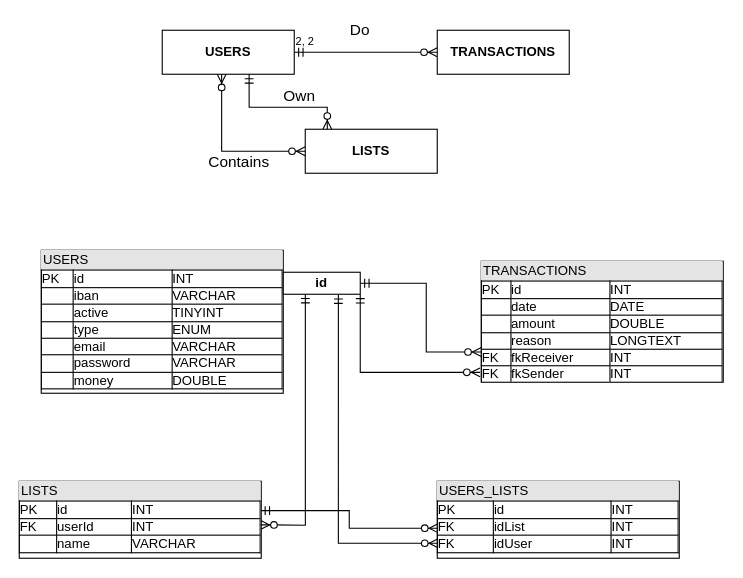
Jerome-JJT/ProjetBanque keeps this draw.io diagram as Base de donnée visuel/MLD - MCD.drawio. Above is the earlier version. Source tidied: cells renumbered, new cells numbered last; positions are measured from the earlier drawing's top-left corner, leaving out a move shared by most shapes. Both pictures are drawn from the tidied source at 110%, with x=0, y=0 at pixel (19, 19).
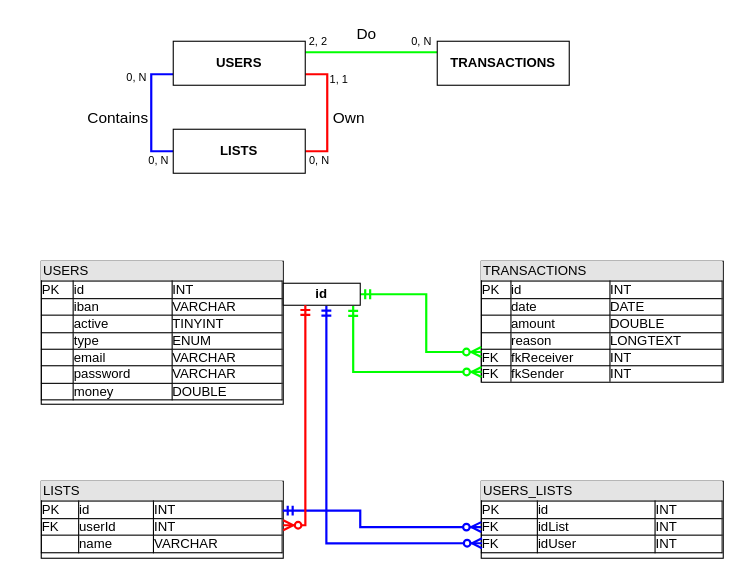
The same diagram, later.

Unchanged cells that the change refers to:
```xml
<mxCell id="7" value="&lt;div style=&quot;box-sizing: border-box ; width: 100% ; background: rgb(228 , 228 , 228) ; padding: 2px ; line-height: 120%&quot;&gt;TRANSACTIONS&lt;/div&gt;&lt;table style=&quot;width: 100% ; font-size: 1em ; border: 1px solid rgb(0 , 0 , 0) ; border-collapse: collapse&quot; cellpadding=&quot;0&quot; cellspacing=&quot;0&quot; border=&quot;1&quot;&gt;&lt;tbody&gt;&lt;tr&gt;&lt;td&gt;PK&lt;/td&gt;&lt;td&gt;id&lt;/td&gt;&lt;td&gt;INT&lt;/td&gt;&lt;/tr&gt;&lt;tr&gt;&lt;td&gt;&lt;br&gt;&lt;/td&gt;&lt;td&gt;date&lt;/td&gt;&lt;td&gt;DATE&lt;/td&gt;&lt;/tr&gt;&lt;tr&gt;&lt;td&gt;&lt;br&gt;&lt;/td&gt;&lt;td&gt;amount&lt;/td&gt;&lt;td&gt;DOUBLE&lt;/td&gt;&lt;/tr&gt;&lt;tr&gt;&lt;td&gt;&lt;br&gt;&lt;/td&gt;&lt;td&gt;reason&lt;/td&gt;&lt;td&gt;LONGTEXT&lt;/td&gt;&lt;/tr&gt;&lt;tr&gt;&lt;td&gt;FK&lt;/td&gt;&lt;td&gt;fkReceiver&lt;/td&gt;&lt;td&gt;INT&lt;/td&gt;&lt;/tr&gt;&lt;tr&gt;&lt;td&gt;FK&lt;/td&gt;&lt;td&gt;fkSender&lt;/td&gt;&lt;td&gt;INT&lt;/td&gt;&lt;/tr&gt;&lt;/tbody&gt;&lt;/table&gt;" style="verticalAlign=top;align=left;overflow=fill;html=1;rounded=0;fillColor=#ffffff;comic=0;strokeColor=#000000;horizontal=1;fontFamily=Helvetica;spacing=0;" parent="1" vertex="1">
  <mxGeometry x="420" y="220" width="220" height="110" as="geometry" />
</mxCell>
```

What changed in the source:
```diff
@@
+    <mxCell id="22" style="edgeStyle=orthogonalEdgeStyle;rounded=0;jettySize=auto;html=1;exitX=0;exitY=0.75;exitDx=0;exitDy=0;entryX=0;entryY=0.5;entryDx=0;entryDy=0;startArrow=none;startFill=0;endArrow=none;endFill=0;strokeColor=#0000FF;strokeWidth=2;" parent="1" edge="1" source="2" target="16">
+      <mxGeometry relative="1" as="geometry">
+        <Array as="points">
+          <mxPoint x="120" y="50" />
+          <mxPoint x="120" y="120" />
+        </Array>
+      </mxGeometry>
+    </mxCell>
+    <mxCell id="23" style="edgeStyle=orthogonalEdgeStyle;rounded=0;jettySize=auto;html=1;exitX=1;exitY=0.25;exitDx=0;exitDy=0;entryX=0;entryY=0.25;entryDx=0;entryDy=0;startArrow=none;startFill=0;endArrow=none;endFill=0;strokeColor=#00FF00;strokeWidth=2;" parent="1" edge="1" source="2" target="6">
+      <mxGeometry relative="1" as="geometry" />
+    </mxCell>
+    <mxCell id="24" style="edgeStyle=orthogonalEdgeStyle;rounded=0;jettySize=auto;html=1;exitX=1;exitY=0.75;exitDx=0;exitDy=0;entryX=1;entryY=0.5;entryDx=0;entryDy=0;startArrow=none;startFill=0;endArrow=none;endFill=0;strokeColor=#FF0000;strokeWidth=2;" parent="1" edge="1" source="2" target="16">
+      <mxGeometry relative="1" as="geometry" />
+    </mxCell>
     <mxCell id="2" value="&lt;font color=&quot;#000000&quot;&gt;USERS&lt;/font&gt;" style="rounded=0;whiteSpace=wrap;html=1;fillColor=#ffffff;fontStyle=1;strokeColor=#000000;" parent="1" vertex="1">
-      <mxGeometry x="130" y="10" width="120" height="40" as="geometry" />
+      <mxGeometry x="140" y="20" width="120" height="40" as="geometry" />
     </mxCell>
-    <mxCell id="3" style="edgeStyle=none;rounded=0;html=1;entryX=1;entryY=0.5;endArrow=ERmandOne;endFill=0;jettySize=auto;startArrow=ERzeroToMany;startFill=1;exitX=0;exitY=0.5;exitDx=0;exitDy=0;" parent="1" edge="1" source="6" target="2">
-      <mxGeometry relative="1" as="geometry" />
-    </mxCell>
     <mxCell id="4" value="Do" style="text;html=1;strokeColor=none;fillColor=none;align=center;verticalAlign=middle;whiteSpace=wrap;rounded=0;fontSize=14;" parent="1" vertex="1">
-      <mxGeometry x="290" width="40" height="20" as="geometry" />
+      <mxGeometry x="296" y="3" width="40" height="20" as="geometry" />
     </mxCell>
     <mxCell id="5" value="&lt;div style=&quot;box-sizing: border-box ; width: 100% ; background: rgb(228 , 228 , 228) ; padding: 2px ; line-height: 120%&quot;&gt;USERS&lt;/div&gt;&lt;table style=&quot;width: 100% ; font-size: 1em ; border: 1px solid rgb(0 , 0 , 0) ; border-collapse: collapse&quot; cellpadding=&quot;0&quot; cellspacing=&quot;0&quot; border=&quot;1&quot;&gt;&lt;tbody&gt;&lt;tr&gt;&lt;td&gt;PK&lt;/td&gt;&lt;td&gt;id&lt;/td&gt;&lt;td&gt;INT&lt;/td&gt;&lt;/tr&gt;&lt;tr&gt;&lt;td&gt;&lt;br&gt;&lt;/td&gt;&lt;td&gt;iban&lt;/td&gt;&lt;td&gt;VARCHAR&lt;/td&gt;&lt;/tr&gt;&lt;tr&gt;&lt;td&gt;&lt;br&gt;&lt;/td&gt;&lt;td&gt;active&lt;/td&gt;&lt;td&gt;TINYINT&lt;/td&gt;&lt;/tr&gt;&lt;tr&gt;&lt;td&gt;&lt;br&gt;&lt;/td&gt;&lt;td&gt;type&lt;/td&gt;&lt;td&gt;ENUM&lt;/td&gt;&lt;/tr&gt;&lt;tr&gt;&lt;td&gt;&lt;br&gt;&lt;/td&gt;&lt;td&gt;email&lt;/td&gt;&lt;td&gt;VARCHAR&lt;/td&gt;&lt;/tr&gt;&lt;tr&gt;&lt;td&gt;&lt;br&gt;&lt;/td&gt;&lt;td&gt;password&lt;/td&gt;&lt;td&gt;VARCHAR&lt;/td&gt;&lt;/tr&gt;&lt;tr&gt;&lt;td&gt;&lt;br&gt;&lt;/td&gt;&lt;td&gt;money&lt;/td&gt;&lt;td&gt;DOUBLE&lt;/td&gt;&lt;/tr&gt;&lt;/tbody&gt;&lt;/table&gt;" style="verticalAlign=top;align=left;overflow=fill;html=1;rounded=0;fillColor=#ffffff;comic=0;strokeColor=#000000;horizontal=1;fontFamily=Helvetica;spacing=0;" parent="1" vertex="1">
-      <mxGeometry x="20" y="210" width="220" height="130" as="geometry" />
+      <mxGeometry x="20" y="220" width="220" height="130" as="geometry" />
     </mxCell>
     <mxCell id="6" value="&lt;font color=&quot;#000000&quot;&gt;TRANSACTIONS&lt;/font&gt;" style="rounded=0;whiteSpace=wrap;html=1;fillColor=#ffffff;fontStyle=1;strokeColor=#000000;" parent="1" vertex="1">
-      <mxGeometry x="380" y="10" width="120" height="40" as="geometry" />
+      <mxGeometry x="380" y="20" width="120" height="40" as="geometry" />
     </mxCell>
@@
-    <mxCell id="8" style="edgeStyle=orthogonalEdgeStyle;rounded=0;html=1;startArrow=ERmandOne;startFill=0;endArrow=ERzeroToMany;endFill=1;jettySize=auto;entryX=0;entryY=0.75;entryDx=0;entryDy=0;exitX=1;exitY=0.5;exitDx=0;exitDy=0;" parent="1" edge="1" source="14" target="7">
+    <mxCell id="8" style="edgeStyle=orthogonalEdgeStyle;rounded=0;html=1;startArrow=ERmandOne;startFill=0;endArrow=ERzeroToMany;endFill=1;jettySize=auto;entryX=0;entryY=0.75;entryDx=0;entryDy=0;exitX=1;exitY=0.5;exitDx=0;exitDy=0;strokeColor=#00FF00;strokeWidth=2;" parent="1" edge="1" source="14" target="7">
       <mxGeometry relative="1" as="geometry">
         <Array as="points">
-          <mxPoint x="370" y="240" />
+          <mxPoint x="370" y="250" />
           <mxPoint x="370" y="303" />
         </Array>
       </mxGeometry>
     </mxCell>
-    <mxCell id="9" style="edgeStyle=orthogonalEdgeStyle;rounded=0;html=1;entryX=-0.005;entryY=0.918;startArrow=ERmandOne;startFill=0;endArrow=ERzeroToMany;endFill=1;jettySize=auto;entryDx=0;entryDy=0;entryPerimeter=0;exitX=1;exitY=1;exitDx=0;exitDy=0;" parent="1" edge="1" source="14" target="7">
+    <mxCell id="9" style="edgeStyle=orthogonalEdgeStyle;rounded=0;html=1;entryX=0.001;entryY=0.915;startArrow=ERmandOne;startFill=0;endArrow=ERzeroToMany;endFill=1;jettySize=auto;entryDx=0;entryDy=0;entryPerimeter=0;exitX=0.908;exitY=1.033;exitDx=0;exitDy=0;exitPerimeter=0;strokeWidth=2;strokeColor=#00FF00;" parent="1" edge="1" source="14" target="7">
       <mxGeometry relative="1" as="geometry">
         <Array as="points">
-          <mxPoint x="310" y="321" />
+          <mxPoint x="304" y="321" />
         </Array>
       </mxGeometry>
     </mxCell>
     <mxCell id="10" value="&lt;div style=&quot;box-sizing: border-box ; width: 100% ; background: rgb(228 , 228 , 228) ; padding: 2px ; line-height: 120%&quot;&gt;LISTS&lt;/div&gt;&lt;table style=&quot;width: 100% ; font-size: 1em ; border: 1px solid rgb(0 , 0 , 0) ; border-collapse: collapse&quot; cellpadding=&quot;0&quot; cellspacing=&quot;0&quot; border=&quot;1&quot;&gt;&lt;tbody&gt;&lt;tr&gt;&lt;td&gt;PK&lt;/td&gt;&lt;td&gt;id&lt;/td&gt;&lt;td&gt;INT&lt;/td&gt;&lt;/tr&gt;&lt;tr&gt;&lt;td&gt;FK&lt;/td&gt;&lt;td&gt;userId&lt;/td&gt;&lt;td&gt;INT&lt;/td&gt;&lt;/tr&gt;&lt;tr&gt;&lt;td&gt;&lt;br&gt;&lt;/td&gt;&lt;td&gt;name&lt;/td&gt;&lt;td&gt;VARCHAR&lt;/td&gt;&lt;/tr&gt;&lt;/tbody&gt;&lt;/table&gt;" style="verticalAlign=top;align=left;overflow=fill;html=1;rounded=0;fillColor=#ffffff;comic=0;strokeColor=#000000;horizontal=1;fontFamily=Helvetica;spacing=0;" parent="1" vertex="1">
-      <mxGeometry y="420" width="220" height="70" as="geometry" />
+      <mxGeometry x="20" y="420" width="220" height="70" as="geometry" />
     </mxCell>
     <mxCell id="11" value="&lt;div style=&quot;box-sizing: border-box ; width: 100% ; background: rgb(228 , 228 , 228) ; padding: 2px ; line-height: 120%&quot;&gt;USERS_LISTS&lt;/div&gt;&lt;table style=&quot;width: 100% ; font-size: 1em ; border: 1px solid rgb(0 , 0 , 0) ; border-collapse: collapse&quot; cellpadding=&quot;0&quot; cellspacing=&quot;0&quot; border=&quot;1&quot;&gt;&lt;tbody&gt;&lt;tr&gt;&lt;td&gt;PK&lt;/td&gt;&lt;td&gt;id&lt;/td&gt;&lt;td&gt;INT&lt;/td&gt;&lt;/tr&gt;&lt;tr&gt;&lt;td&gt;FK&lt;/td&gt;&lt;td&gt;idList&lt;/td&gt;&lt;td&gt;INT&lt;/td&gt;&lt;/tr&gt;&lt;tr&gt;&lt;td&gt;FK&lt;/td&gt;&lt;td&gt;idUser&lt;/td&gt;&lt;td&gt;INT&lt;/td&gt;&lt;/tr&gt;&lt;/tbody&gt;&lt;/table&gt;" style="verticalAlign=top;align=left;overflow=fill;html=1;rounded=0;fillColor=#ffffff;comic=0;strokeColor=#000000;horizontal=1;fontFamily=Helvetica;spacing=0;" parent="1" vertex="1">
-      <mxGeometry x="380" y="420" width="220" height="70" as="geometry" />
+      <mxGeometry x="420" y="420" width="220" height="70" as="geometry" />
     </mxCell>
-    <mxCell id="12" style="edgeStyle=orthogonalEdgeStyle;rounded=0;html=1;startArrow=ERmandOne;startFill=0;endArrow=ERzeroToMany;endFill=1;jettySize=auto;exitX=0.716;exitY=1.013;exitDx=0;exitDy=0;exitPerimeter=0;entryX=0.003;entryY=0.805;entryDx=0;entryDy=0;entryPerimeter=0;" parent="1" edge="1" source="14" target="11">
+    <mxCell id="12" style="edgeStyle=orthogonalEdgeStyle;rounded=0;html=1;startArrow=ERmandOne;startFill=0;endArrow=ERzeroToMany;endFill=1;jettySize=auto;exitX=0.56;exitY=1.02;exitDx=0;exitDy=0;exitPerimeter=0;entryX=0.003;entryY=0.805;entryDx=0;entryDy=0;entryPerimeter=0;strokeColor=#0000FF;strokeWidth=2;" parent="1" edge="1" source="14" target="11">
       <mxGeometry relative="1" as="geometry">
         <Array as="points">
-          <mxPoint x="290" y="476" />
+          <mxPoint x="279" y="476" />
         </Array>
       </mxGeometry>
     </mxCell>
-    <mxCell id="13" style="edgeStyle=orthogonalEdgeStyle;rounded=0;html=1;startArrow=ERmandOne;startFill=0;endArrow=ERzeroToMany;endFill=1;jettySize=auto;entryX=0.003;entryY=0.61;entryDx=0;entryDy=0;entryPerimeter=0;exitX=0.998;exitY=0.381;exitDx=0;exitDy=0;exitPerimeter=0;" parent="1" edge="1" source="10" target="11">
+    <mxCell id="13" style="edgeStyle=orthogonalEdgeStyle;rounded=0;html=1;startArrow=ERmandOne;startFill=0;endArrow=ERzeroToMany;endFill=1;jettySize=auto;exitX=0.998;exitY=0.381;exitDx=0;exitDy=0;exitPerimeter=0;entryX=0;entryY=0.595;entryDx=0;entryDy=0;entryPerimeter=0;strokeWidth=2;strokeColor=#0000FF;" parent="1" edge="1" source="10" target="11">
       <mxGeometry relative="1" as="geometry">
         <Array as="points">
-          <mxPoint x="300" y="447" />
-          <mxPoint x="300" y="463" />
+          <mxPoint x="310" y="446" />
+          <mxPoint x="310" y="462" />
         </Array>
       </mxGeometry>
     </mxCell>
     <mxCell id="14" value="&lt;font color=&quot;#000000&quot;&gt;id&lt;/font&gt;" style="rounded=0;whiteSpace=wrap;html=1;fillColor=#ffffff;fontStyle=1;strokeColor=#000000;" parent="1" vertex="1">
-      <mxGeometry x="240" y="230" width="70" height="20" as="geometry" />
+      <mxGeometry x="240" y="240" width="70" height="20" as="geometry" />
     </mxCell>
-    <mxCell id="15" style="edgeStyle=orthogonalEdgeStyle;rounded=0;html=1;startArrow=ERzeroToMany;startFill=1;endArrow=ERmandOne;endFill=0;jettySize=auto;exitX=0.998;exitY=0.567;exitDx=0;exitDy=0;exitPerimeter=0;entryX=0.287;entryY=0.992;entryDx=0;entryDy=0;entryPerimeter=0;" parent="1" edge="1" source="10" target="14">
+    <mxCell id="15" style="edgeStyle=orthogonalEdgeStyle;rounded=0;html=1;startArrow=ERzeroToMany;startFill=1;endArrow=ERmandOne;endFill=0;jettySize=auto;entryX=0.287;entryY=0.992;entryDx=0;entryDy=0;entryPerimeter=0;strokeColor=#FF0000;strokeWidth=2;" parent="1" edge="1" target="14">
       <mxGeometry relative="1" as="geometry">
+        <mxPoint x="240" y="460" as="sourcePoint" />
         <Array as="points">
-          <mxPoint x="230" y="460" />
           <mxPoint x="260" y="460" />
         </Array>
       </mxGeometry>
     </mxCell>
     <mxCell id="16" value="&lt;font color=&quot;#000000&quot;&gt;LISTS&lt;/font&gt;" style="rounded=0;whiteSpace=wrap;html=1;fillColor=#ffffff;fontStyle=1;strokeColor=#000000;" parent="1" vertex="1">
-      <mxGeometry x="260" y="100" width="120" height="40" as="geometry" />
+      <mxGeometry x="140" y="100" width="120" height="40" as="geometry" />
     </mxCell>
-    <mxCell id="17" style="edgeStyle=orthogonalEdgeStyle;rounded=0;html=1;endArrow=ERzeroToMany;endFill=1;jettySize=auto;startArrow=ERzeroToMany;startFill=1;exitX=0;exitY=0.5;exitDx=0;exitDy=0;" parent="1" edge="1" source="16" target="2">
-      <mxGeometry relative="1" as="geometry">
-        <Array as="points">
-          <mxPoint x="184" y="120" />
-        </Array>
-      </mxGeometry>
-    </mxCell>
     <mxCell id="18" value="2, 2" style="text;html=1;strokeColor=none;fillColor=none;align=center;verticalAlign=middle;whiteSpace=wrap;rounded=0;fontSize=10;" parent="1" vertex="1">
-      <mxGeometry x="245" y="10" width="30" height="20" as="geometry" />
+      <mxGeometry x="257" y="10" width="30" height="20" as="geometry" />
     </mxCell>
-    <mxCell id="19" style="edgeStyle=orthogonalEdgeStyle;rounded=0;html=1;endArrow=ERmandOne;endFill=0;jettySize=auto;startArrow=ERzeroToMany;startFill=1;exitX=0.167;exitY=0;exitDx=0;exitDy=0;exitPerimeter=0;entryX=0.658;entryY=1.001;entryDx=0;entryDy=0;entryPerimeter=0;" parent="1" edge="1" source="16" target="2">
-      <mxGeometry relative="1" as="geometry">
-        <Array as="points">
-          <mxPoint x="280" y="80" />
-          <mxPoint x="209" y="80" />
-        </Array>
-      </mxGeometry>
-    </mxCell>
     <mxCell id="20" value="Own" style="text;html=1;strokeColor=none;fillColor=none;align=center;verticalAlign=middle;whiteSpace=wrap;rounded=0;fontSize=14;" parent="1" vertex="1">
-      <mxGeometry x="235" y="60" width="40" height="20" as="geometry" />
+      <mxGeometry x="280" y="80" width="40" height="20" as="geometry" />
     </mxCell>
     <mxCell id="21" value="Contains" style="text;html=1;strokeColor=none;fillColor=none;align=center;verticalAlign=middle;whiteSpace=wrap;rounded=0;fontSize=14;" parent="1" vertex="1">
-      <mxGeometry x="180" y="120" width="40" height="20" as="geometry" />
+      <mxGeometry x="70" y="80" width="40" height="20" as="geometry" />
     </mxCell>
+    <mxCell id="25" value="0, N" style="text;html=1;strokeColor=none;fillColor=none;align=center;verticalAlign=middle;whiteSpace=wrap;rounded=0;fontSize=10;" parent="1" vertex="1">
+      <mxGeometry x="351" y="10" width="30" height="20" as="geometry" />
+    </mxCell>
+    <mxCell id="26" value="1, 1" style="text;html=1;strokeColor=none;fillColor=none;align=center;verticalAlign=middle;whiteSpace=wrap;rounded=0;fontSize=10;" parent="1" vertex="1">
+      <mxGeometry x="276" y="44" width="30" height="20" as="geometry" />
+    </mxCell>
+    <mxCell id="27" value="0, N" style="text;html=1;strokeColor=none;fillColor=none;align=center;verticalAlign=middle;whiteSpace=wrap;rounded=0;fontSize=10;" parent="1" vertex="1">
+      <mxGeometry x="258" y="118" width="30" height="20" as="geometry" />
+    </mxCell>
+    <mxCell id="28" value="0, N" style="text;html=1;strokeColor=none;fillColor=none;align=center;verticalAlign=middle;whiteSpace=wrap;rounded=0;fontSize=10;" parent="1" vertex="1">
+      <mxGeometry x="112" y="118" width="30" height="20" as="geometry" />
+    </mxCell>
+    <mxCell id="29" value="0, N" style="text;html=1;strokeColor=none;fillColor=none;align=center;verticalAlign=middle;whiteSpace=wrap;rounded=0;fontSize=10;" parent="1" vertex="1">
+      <mxGeometry x="92" y="43" width="30" height="20" as="geometry" />
+    </mxCell>
```
